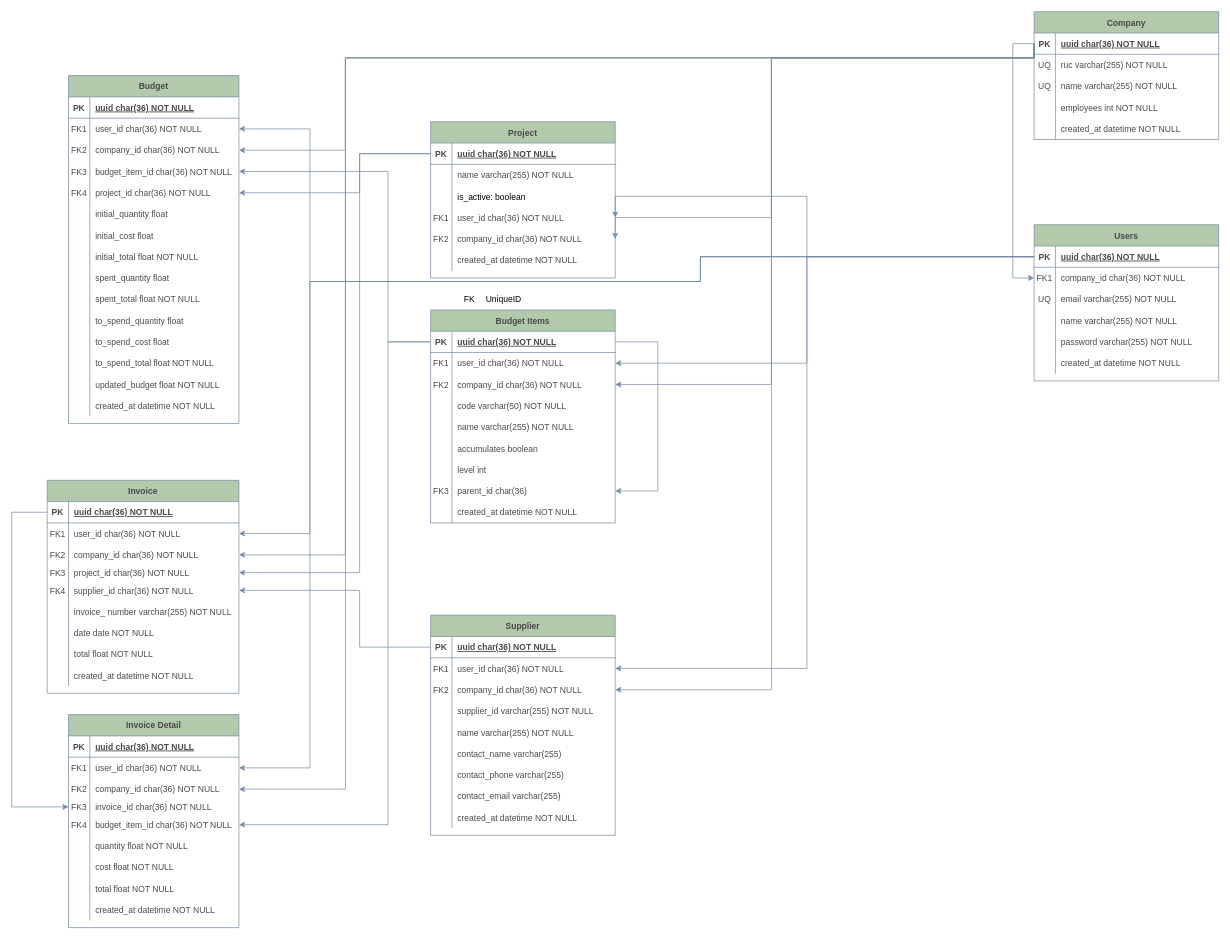
Earlier version of the draw.io diagram Documentation/graphics/BCAB.drawio (ALCB1310-Systems/Budget-Control-Application-Server). Source tidied: cells renumbered, new cells numbered last; positions are measured from the earlier drawing's top-left corner, leaving out a move shared by most shapes. Both pictures are drawn from the tidied source at 71%, with x=0, y=0 at pixel (11, 11).
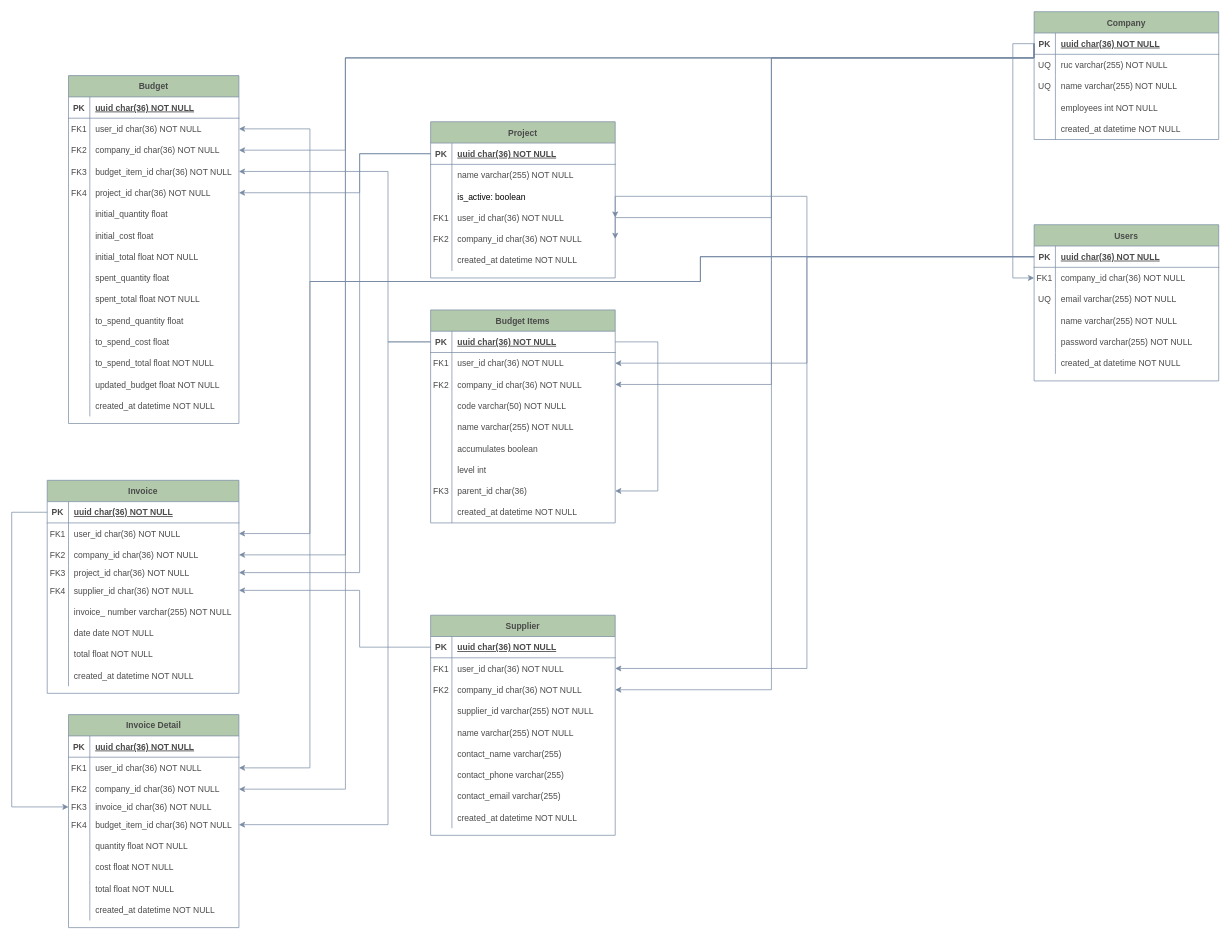
After the change.

Diff of the diagram source:
```diff
@@
-    <mxCell id="234" style="shape=table;startSize=0;childLayout=tableLayout;rowLines=0;fontStyle=0;align=center;strokeColor=none;fillColor=none;" parent="1" vertex="1">
-      <mxGeometry x="630" y="390" width="180" height="30" as="geometry" />
-    </mxCell>
-    <mxCell id="235" style="shape=partialRectangle;fillColor=none;top=0;left=0;bottom=0;right=0;" parent="234" vertex="1">
-      <mxGeometry width="180" height="30" as="geometry" />
-    </mxCell>
-    <mxCell id="236" value="FK" style="shape=partialRectangle;fillColor=none;top=0;left=0;bottom=0;right=0;fontStyle=0;overflow=hidden;" parent="235" vertex="1">
-      <mxGeometry width="30" height="30" as="geometry" />
-    </mxCell>
-    <mxCell id="237" value="UniqueID" style="shape=partialRectangle;fillColor=none;top=0;left=0;bottom=0;right=0;align=left;spacingLeft=6;fontStyle=0;overflow=hidden;" parent="235" vertex="1">
-      <mxGeometry x="30" width="150" height="30" as="geometry" />
-    </mxCell>
```
